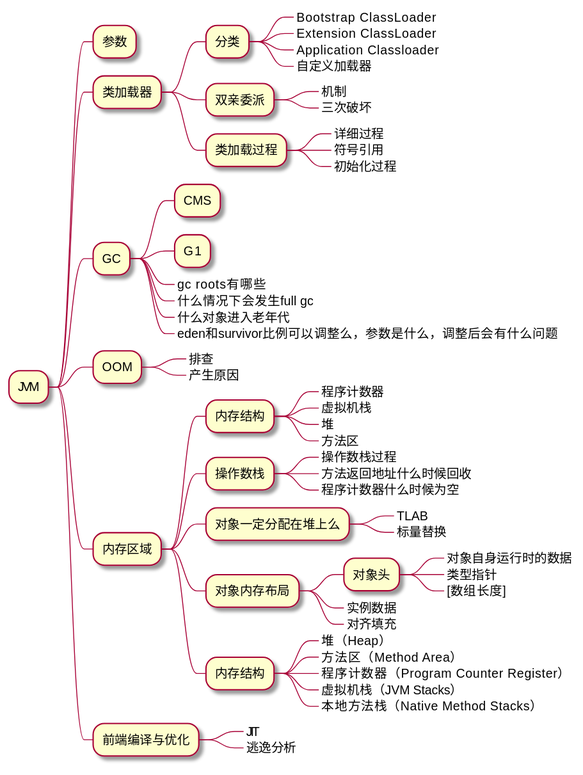
Gh0st99/Gh0st99.github.io keeps this PlantUML diagram as assets/imgs/resume/jvm.svg. Above is the earlier version. Source of this version:
```plantuml
@startmindmap
* JVM

** 参数

** 类加载器
*** 分类
****_ Bootstrap ClassLoader
****_  Extension ClassLoader
****_ Application Classloader
****_ 自定义加载器
*** 双亲委派
****_ 机制
****_ 三次破坏
*** 类加载过程
****_ 详细过程
****_ 符号引用
****_ 初始化过程


** GC
*** CMS
*** G1
***_ gc roots有哪些
***_ 什么情况下会发生full gc
***_ 什么对象进入老年代
***_ eden和survivor比例可以调整么，参数是什么，调整后会有什么问题

** OOM
***_ 排查
***_ 产生原因

** 内存区域
*** 内存结构
****_ 程序计数器
****_ 虚拟机栈
****_ 堆
****_ 方法区

*** 操作数栈
****_ 操作数栈过程
****_ 方法返回地址什么时候回收
****_ 程序计数器什么时候为空


*** 对象一定分配在堆上么
****_ TLAB
****_ 标量替换

*** 对象内存布局
**** 对象头
*****_ 对象自身运行时的数据
*****_ 类型指针
*****_ [数组长度]
****_ 实例数据
****_ 对齐填充

*** 内存结构
****_ 堆（Heap）
****_ 方法区（Method Area）
****_ 程序计数器（Program Counter Register）
****_ 虚拟机栈（JVM Stacks）
****_ 本地方法栈（Native Method Stacks）

** 前端编译与优化
***_ JIT
***_ 逃逸分析

@endmindmap
```
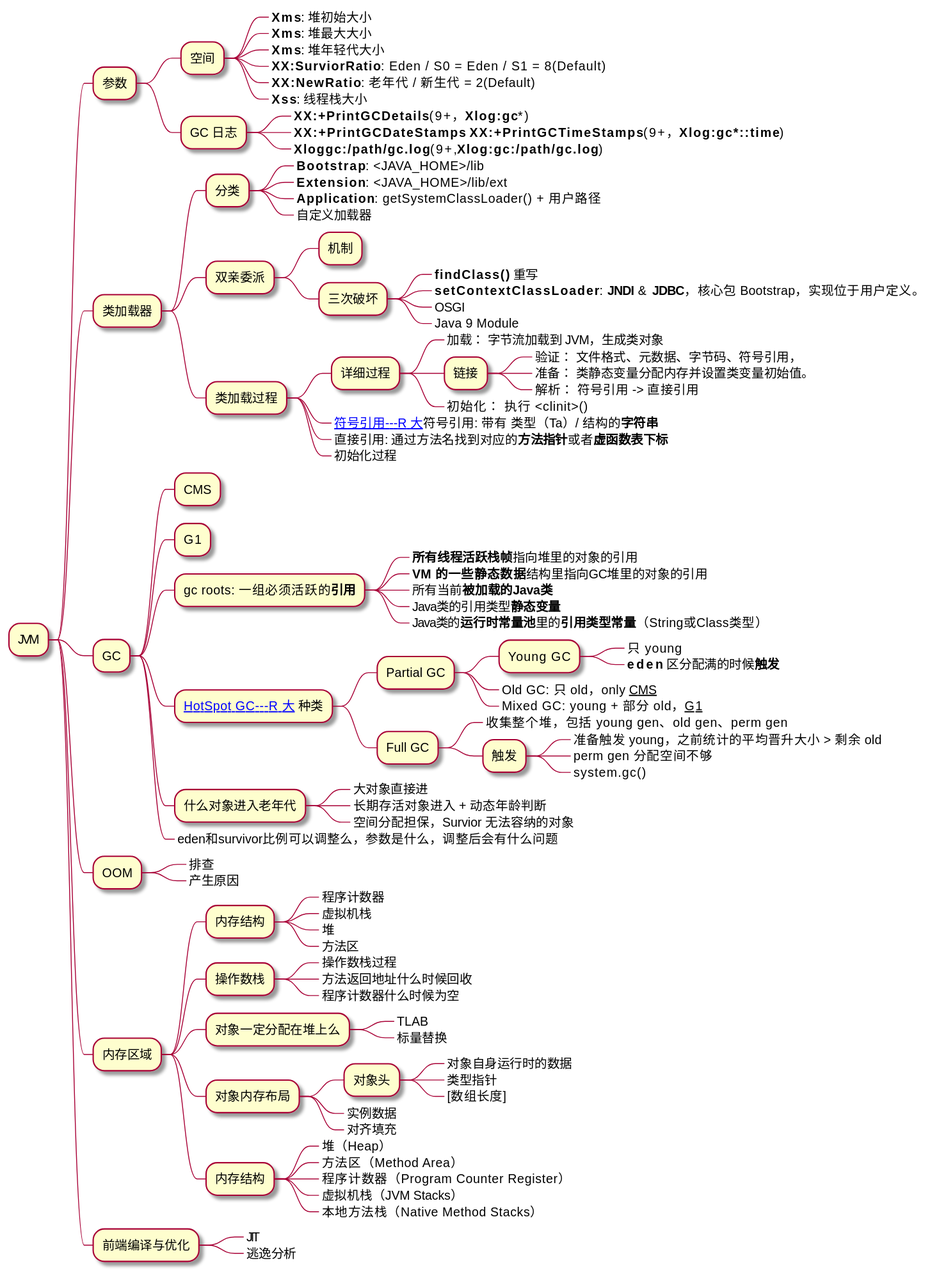
The same diagram one commit later.

Change to the diagram source:
```diff
@@ -2,28 +2,72 @@
 * JVM
 
 ** 参数
+*** 空间
+****_ **Xms**: 堆初始大小
+****_ **Xms**: 堆最大大小
+****_ **Xms**: 堆年轻代大小
+****_ **XX:SurviorRatio**: Eden / S0 = Eden / S1 = 8(Default)
+****_ **XX:NewRatio**: 老年代 / 新生代 = 2(Default)
+****_ **Xss**: 线程栈大小
+
+*** GC 日志
+****_ **XX:+PrintGCDetails**(9+，**Xlog:gc***)
+****_ **XX:+PrintGCDateStamps** **XX:+PrintGCTimeStamps**(9+，**Xlog:gc*::time**)
+****_ **Xloggc:/path/gc.log**(9+,**Xlog:gc:/path/gc.log**)
+
 
 ** 类加载器
 *** 分类
-****_ Bootstrap ClassLoader
-****_  Extension ClassLoader
-****_ Application Classloader
+****_ **Bootstrap**: <JAVA_HOME>/lib
+****_  **Extension**: <JAVA_HOME>/lib/ext
+****_ **Application**: getSystemClassLoader() + 用户路径
 ****_ 自定义加载器
 *** 双亲委派
-****_ 机制
-****_ 三次破坏
+**** 机制
+**** 三次破坏
+*****_ **findClass()** 重写
+*****_ **setContextClassLoader**: **JNDI** & **JDBC**，核心包 Bootstrap，实现位于用户定义。
+*****_ OSGI
+*****_ Java 9 Module
 *** 类加载过程
-****_ 详细过程
-****_ 符号引用
+**** 详细过程
+*****_ 加载： 字节流加载到 JVM，生成类对象
+***** 链接
+******_ 验证： 文件格式、元数据、字节码、符号引用，
+******_ 准备： 类静态变量分配内存并设置类变量初始值。
+******_ 解析： 符号引用 -> 直接引用
+*****_ 初始化： 执行 <clinit>()
+****_ [[https://www.zhihu.com/question/30300585/answer/51335493 符号引用---R 大]]符号引用: 带有 类型（Ta）/ 结构的**字符串**
+****_ 直接引用: 通过方法名找到对应的**方法指针**或者**虚函数表下标**
 ****_ 初始化过程
 
 
 ** GC
 *** CMS
 *** G1
-***_ gc roots有哪些
-***_ 什么情况下会发生full gc
-***_ 什么对象进入老年代
+*** gc roots: 一组必须活跃的**引用**
+****_ **所有线程活跃栈帧**指向堆里的对象的引用
+****_ **VM 的一些静态数据**结构里指向GC堆里的对象的引用
+****_ 所有当前**被加载的Java类**
+****_ Java类的引用类型**静态变量**
+****_ Java类的**运行时常量池**里的**引用类型常量**（String或Class类型）
+*** [[https://www.zhihu.com/question/41922036/answer/93079526 HotSpot GC---R 大]] 种类
+**** Partial GC
+***** Young GC
+******_ 只 young
+******_ **eden** 区分配满的时候**触发**
+*****_ Old GC: 只 old，only __CMS__
+*****_ Mixed GC: young + 部分 old，__G1__
+**** Full GC
+*****_ 收集整个堆，包括 young gen、old gen、perm gen
+***** 触发
+******_ 准备触发 young，之前统计的平均晋升大小 > 剩余 old
+******_ perm gen 分配空间不够
+******_ system.gc()
+*** 什么对象进入老年代
+****_ 大对象直接进
+****_ 长期存活对象进入 + 动态年龄判断
+****_ 空间分配担保，Survior 无法容纳的对象
 ***_ eden和survivor比例可以调整么，参数是什么，调整后会有什么问题
 
 ** OOM
```
